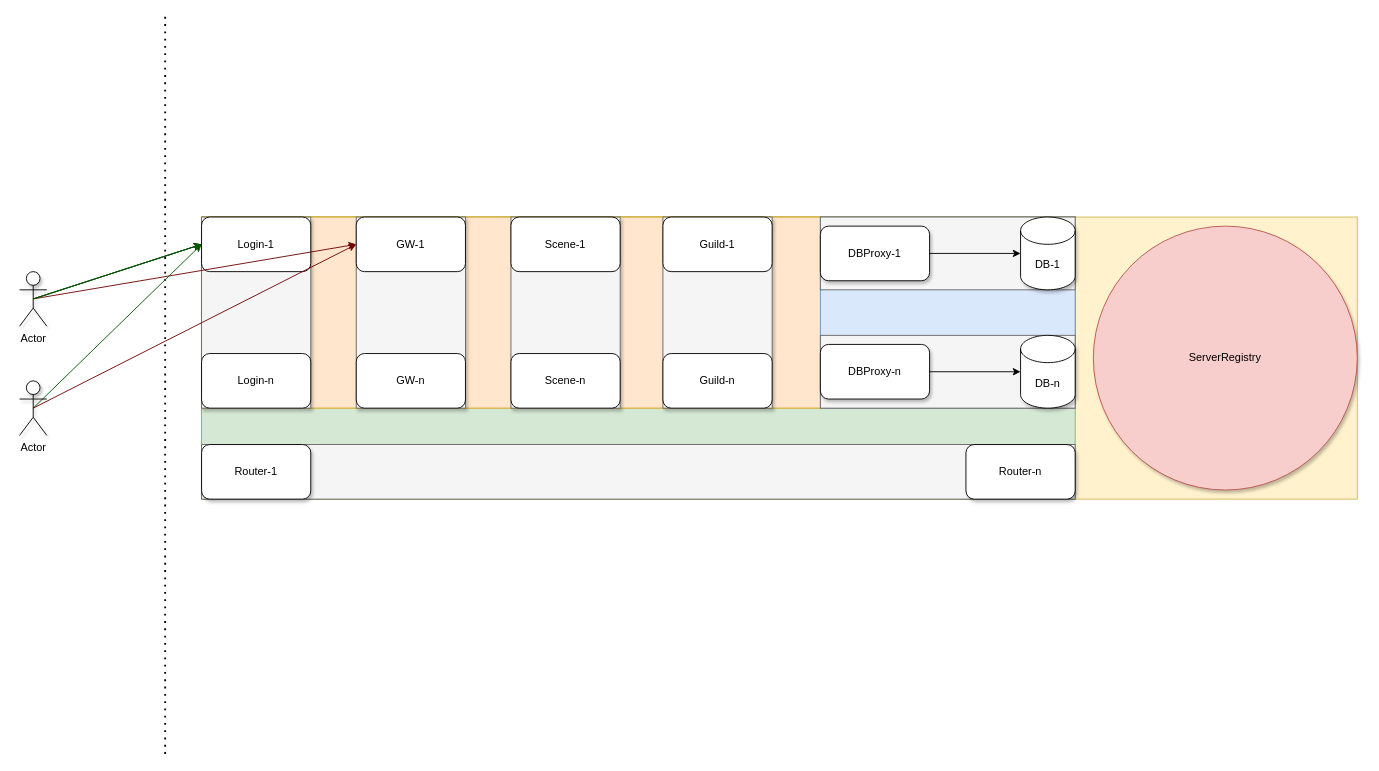
Earlier version of the draw.io diagram conf/未命名绘图.drawio (wuqunyong/freeze). Source tidied: cells renumbered, new cells numbered last; positions are measured from the earlier drawing's top-left corner, leaving out a move shared by most shapes. Both pictures are drawn from the tidied source at 91%, with x=0, y=0 at pixel (19, 16).
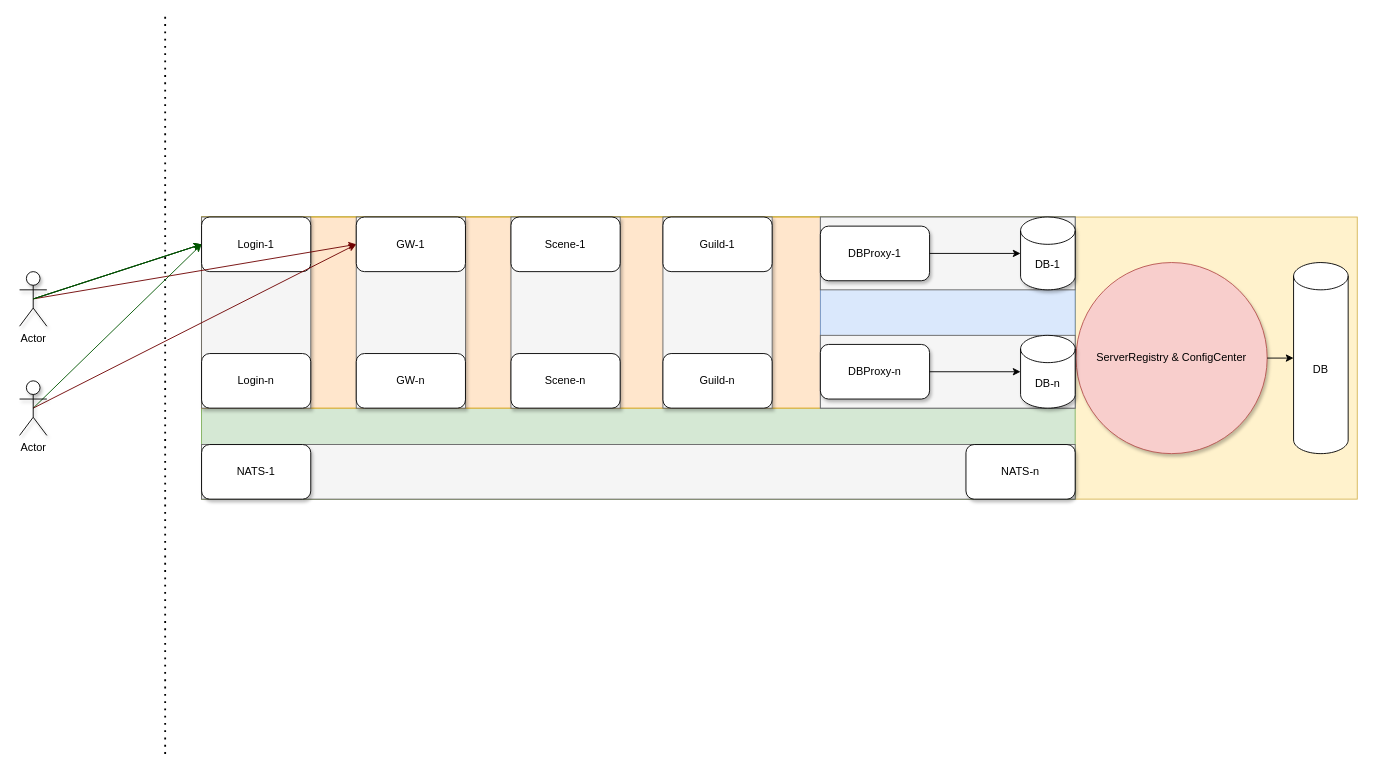
The same diagram, later.

The change refers to these unchanged cells:
```xml
<mxCell id="4" style="group;fillColor=#fff2cc;strokeColor=#d6b656;" parent="1" vertex="1">
  <mxGeometry x="200" y="220" width="1270" height="310" as="geometry" />
</mxCell>
<mxCell id="7" style="group;fillColor=#f5f5f5;strokeColor=#666666;fontColor=#333333;" parent="6" vertex="1">
  <mxGeometry y="250" width="960" height="60" as="geometry" />
</mxCell>
<mxCell id="8" style="group;" parent="7" vertex="1">
  <mxGeometry width="627" height="60" as="geometry" />
</mxCell>
```

What changed in the source:
```diff
@@
-    <mxCell id="5" value="ServerRegistry" style="ellipse;whiteSpace=wrap;html=1;shadow=1;fillColor=#f8cecc;strokeColor=#b85450;" parent="4" vertex="1">
-      <mxGeometry x="980" y="10" width="290" height="290" as="geometry" />
+    <mxCell id="5" value="ServerRegistry &amp;amp; ConfigCenter" style="ellipse;whiteSpace=wrap;html=1;shadow=1;fillColor=#f8cecc;strokeColor=#b85450;" parent="4" vertex="1">
+      <mxGeometry x="961" y="50" width="210" height="210" as="geometry" />
     </mxCell>
@@
-    <mxCell id="9" value="Router-1" style="rounded=1;whiteSpace=wrap;html=1;shadow=1;" parent="8" vertex="1">
+    <mxCell id="9" value="NATS-1" style="rounded=1;whiteSpace=wrap;html=1;shadow=1;" parent="8" vertex="1">
       <mxGeometry width="120" height="60" as="geometry" />
     </mxCell>
-    <mxCell id="10" value="Router-n" style="rounded=1;whiteSpace=wrap;html=1;shadow=1;" parent="7" vertex="1">
+    <mxCell id="10" value="NATS-n" style="rounded=1;whiteSpace=wrap;html=1;shadow=1;" parent="7" vertex="1">
       <mxGeometry x="840" width="120" height="60" as="geometry" />
     </mxCell>
@@
+    <mxCell id="44" value="DB" style="shape=cylinder3;whiteSpace=wrap;html=1;boundedLbl=1;backgroundOutline=1;size=15;" parent="4" vertex="1">
+      <mxGeometry x="1200" y="50" width="60" height="210" as="geometry" />
+    </mxCell>
+    <mxCell id="45" style="endArrow=classic;html=1;entryX=0;entryY=0.5;entryDx=0;entryDy=0;entryPerimeter=0;exitX=1;exitY=0.5;exitDx=0;exitDy=0;" parent="4" edge="1" source="5" target="44">
+      <mxGeometry relative="1" as="geometry" />
+    </mxCell>
```
